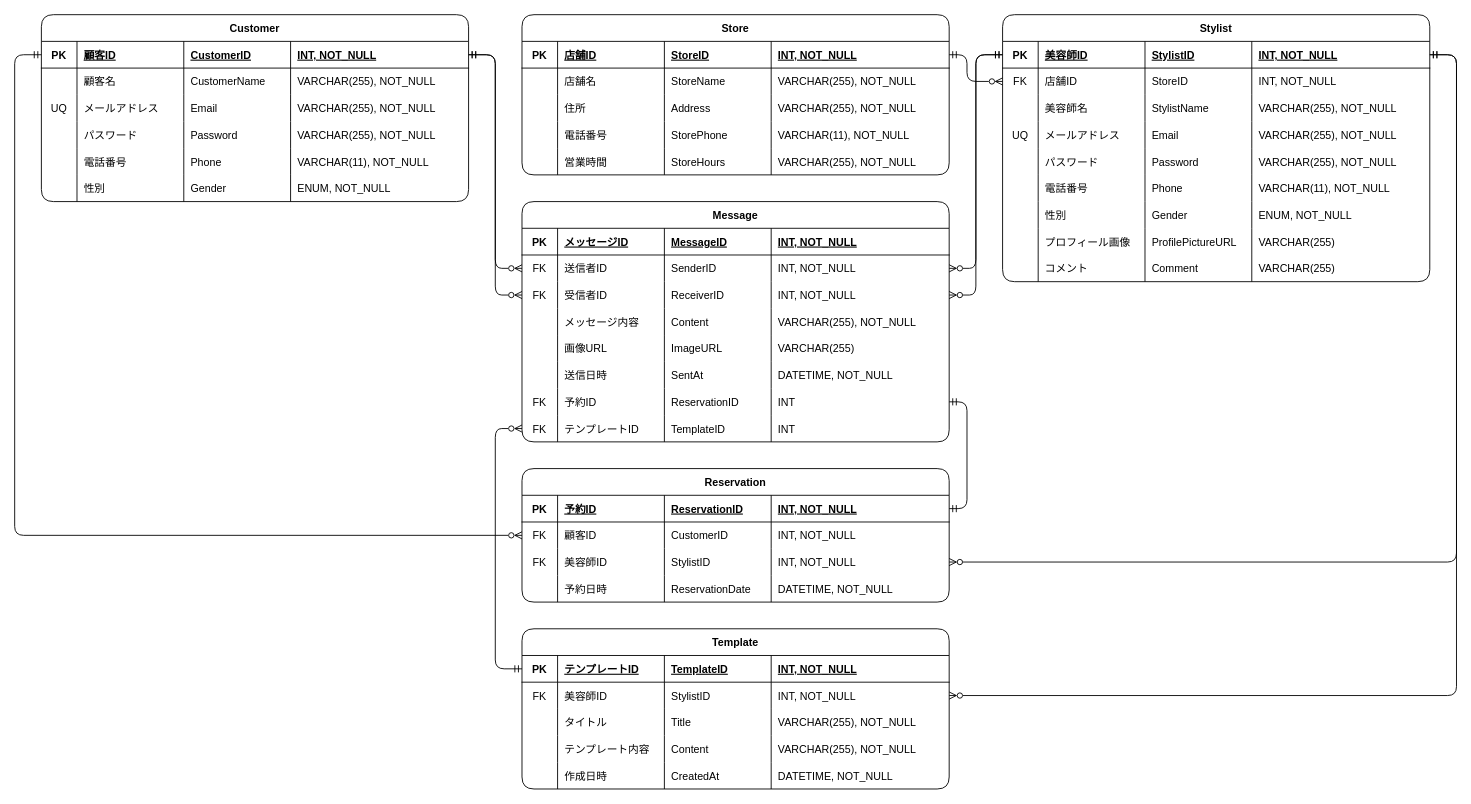
The draw.io diagram background/ER-Draft_hiyo.dio in J-Team-2025-Winter/J-Team-2025-Winter, before the edit. Source tidied: cells renumbered, new cells numbered last; positions are measured from the earlier drawing's top-left corner, leaving out a move shared by most shapes. Both pictures are drawn from the tidied source at 89%, with x=0, y=0 at pixel (14, 14).
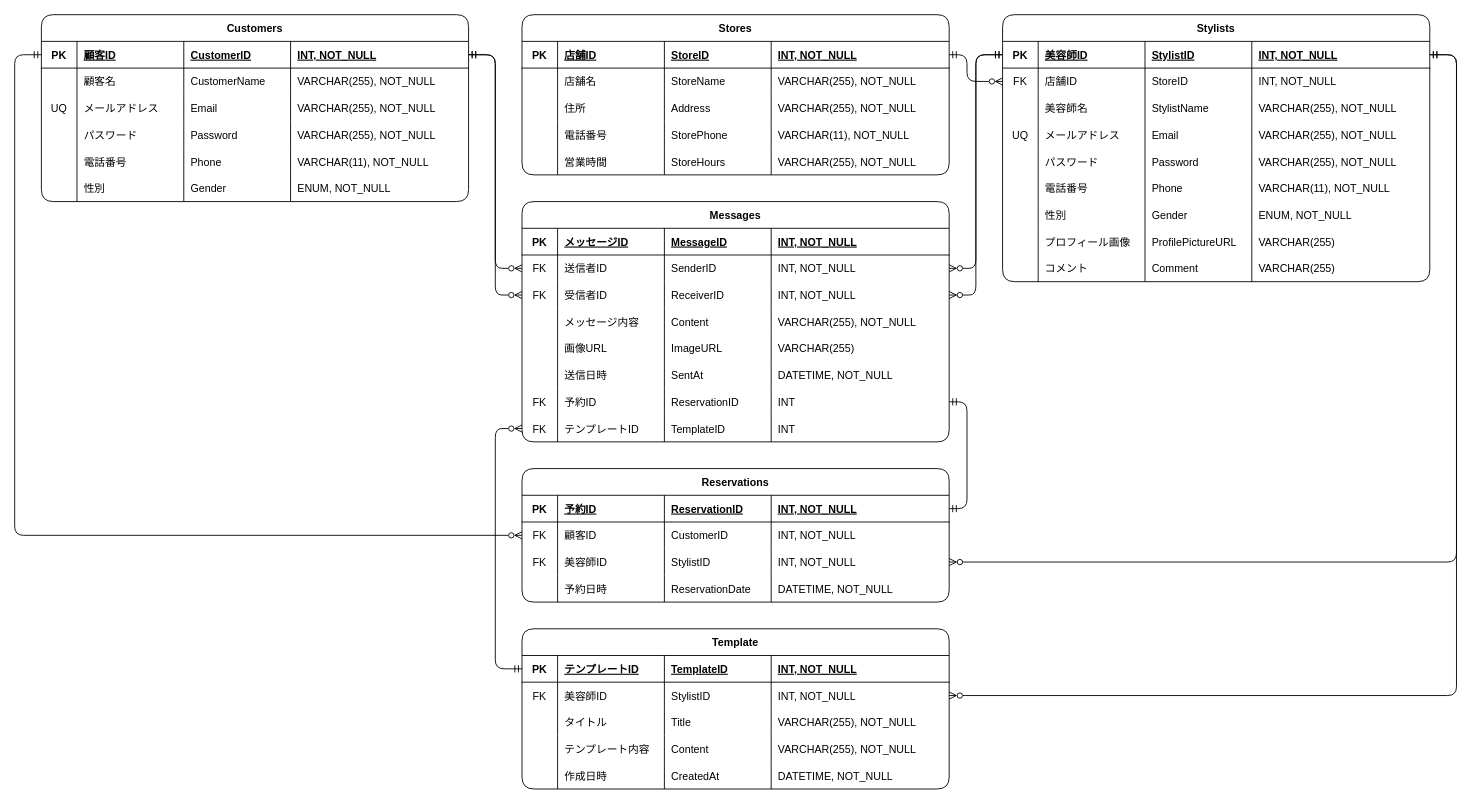
After the change.

What changed in the source:
```diff
@@
-    <mxCell id="2" value="Customer" style="shape=table;startSize=30;childLayout=tableLayout;rowLines=0;fontStyle=1;align=center;rounded=1;" parent="1" vertex="1">
+    <mxCell id="2" value="Customers" style="shape=table;startSize=30;childLayout=tableLayout;rowLines=0;fontStyle=1;align=center;rounded=1;" parent="1" vertex="1">
       <mxGeometry x="30" width="480" height="210" as="geometry" />
     </mxCell>
@@
-    <mxCell id="33" value="Stylist" style="shape=table;startSize=30;childLayout=tableLayout;rowLines=0;fontStyle=1;align=center;rounded=1;" parent="1" vertex="1">
+    <mxCell id="33" value="Stylists" style="shape=table;startSize=30;childLayout=tableLayout;rowLines=0;fontStyle=1;align=center;rounded=1;" parent="1" vertex="1">
       <mxGeometry x="1110" width="480" height="300" as="geometry" />
     </mxCell>
@@
-    <mxCell id="79" value="Message" style="shape=table;startSize=30;childLayout=tableLayout;rowLines=0;fontStyle=1;align=center;rounded=1;" parent="1" vertex="1">
+    <mxCell id="79" value="Messages" style="shape=table;startSize=30;childLayout=tableLayout;rowLines=0;fontStyle=1;align=center;rounded=1;" parent="1" vertex="1">
       <mxGeometry x="570" y="210" width="480" height="270" as="geometry" />
     </mxCell>
@@
-    <mxCell id="120" value="Reservation" style="shape=table;startSize=30;childLayout=tableLayout;rowLines=0;fontStyle=1;align=center;rounded=1;" parent="1" vertex="1">
+    <mxCell id="120" value="Reservations" style="shape=table;startSize=30;childLayout=tableLayout;rowLines=0;fontStyle=1;align=center;rounded=1;" parent="1" vertex="1">
       <mxGeometry x="570" y="510" width="480" height="150" as="geometry" />
     </mxCell>
@@
-    <mxCell id="141" value="Store" style="shape=table;startSize=30;childLayout=tableLayout;rowLines=0;fontStyle=1;align=center;rounded=1;" parent="1" vertex="1">
+    <mxCell id="141" value="Stores" style="shape=table;startSize=30;childLayout=tableLayout;rowLines=0;fontStyle=1;align=center;rounded=1;" parent="1" vertex="1">
       <mxGeometry x="570" width="480" height="180" as="geometry" />
     </mxCell>
```
